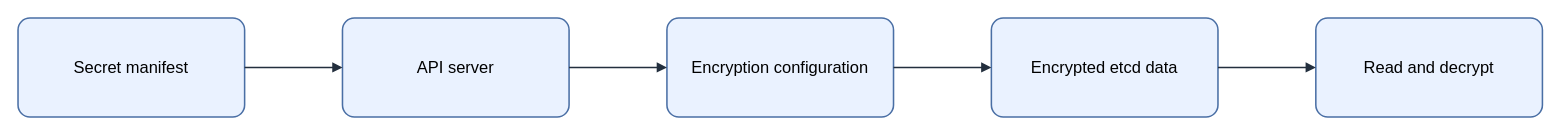
Before: assets/img/kubernetes/etcd-secret-encryption.drawio in KKamJi98/kkamji98.github.io, a draw.io diagram. Source tidied: cells renumbered, new cells numbered last; positions are measured from the earlier drawing's top-left corner, leaving out a move shared by most shapes. Both pictures are drawn from the tidied source at 103%, with x=0, y=0 at pixel (18, 18).
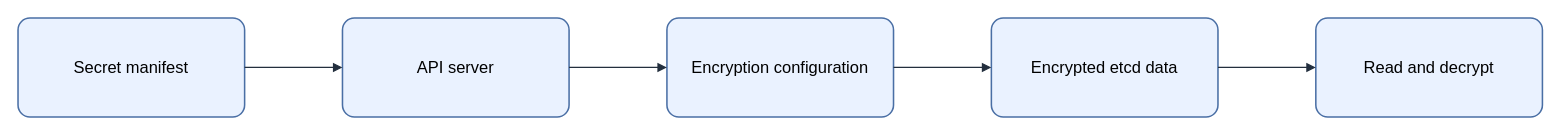
The same page after the edit.

Diff of the diagram source:
```diff
@@
 <mxGraphModel background="#FFFFFF">
   <root>
     <mxCell id="0" />
     <mxCell id="1" parent="0" />
-    <mxCell id="2" value="&lt;font style=&quot;color: rgb(0, 0, 0);&quot;&gt;Secret manifest&lt;/font&gt;" style="rounded=1;arcSize=12;whiteSpace=wrap;html=1;fillColor=#EAF2FF;strokeColor=#4A6FA5;strokeWidth=1.5;fontColor=#000000;fontSize=16;align=center;verticalAlign=middle;spacing=8;shadow=0;" parent="1" vertex="1">
+    <mxCell id="2" value="Secret manifest" style="rounded=1;arcSize=12;whiteSpace=wrap;html=0;fillColor=#EAF2FF;strokeColor=#4A6FA5;strokeWidth=1.5;fontColor=#000000;fontSize=16;align=center;verticalAlign=middle;spacing=8;shadow=0;" parent="1" vertex="1">
       <mxGeometry width="220" height="96" as="geometry" />
     </mxCell>
-    <mxCell id="3" value="&lt;font style=&quot;color: rgb(0, 0, 0);&quot;&gt;API server&lt;/font&gt;" style="rounded=1;arcSize=12;whiteSpace=wrap;html=1;fillColor=#EAF2FF;strokeColor=#4A6FA5;strokeWidth=1.5;fontColor=#000000;fontSize=16;align=center;verticalAlign=middle;spacing=8;shadow=0;" parent="1" vertex="1">
+    <mxCell id="3" value="API server" style="rounded=1;arcSize=12;whiteSpace=wrap;html=0;fillColor=#EAF2FF;strokeColor=#4A6FA5;strokeWidth=1.5;fontColor=#000000;fontSize=16;align=center;verticalAlign=middle;spacing=8;shadow=0;" parent="1" vertex="1">
       <mxGeometry x="315" width="220" height="96" as="geometry" />
     </mxCell>
-    <mxCell id="4" value="&lt;font style=&quot;color: rgb(0, 0, 0);&quot;&gt;Encryption configuration&lt;/font&gt;" style="rounded=1;arcSize=12;whiteSpace=wrap;html=1;fillColor=#EAF2FF;strokeColor=#4A6FA5;strokeWidth=1.5;fontColor=#000000;fontSize=16;align=center;verticalAlign=middle;spacing=8;shadow=0;" parent="1" vertex="1">
+    <mxCell id="4" value="Encryption configuration" style="rounded=1;arcSize=12;whiteSpace=wrap;html=0;fillColor=#EAF2FF;strokeColor=#4A6FA5;strokeWidth=1.5;fontColor=#000000;fontSize=16;align=center;verticalAlign=middle;spacing=8;shadow=0;" parent="1" vertex="1">
       <mxGeometry x="630" width="220" height="96" as="geometry" />
     </mxCell>
-    <mxCell id="5" value="&lt;font style=&quot;color: rgb(0, 0, 0);&quot;&gt;Encrypted etcd data&lt;/font&gt;" style="rounded=1;arcSize=12;whiteSpace=wrap;html=1;fillColor=#EAF2FF;strokeColor=#4A6FA5;strokeWidth=1.5;fontColor=#000000;fontSize=16;align=center;verticalAlign=middle;spacing=8;shadow=0;" parent="1" vertex="1">
+    <mxCell id="5" value="Encrypted etcd data" style="rounded=1;arcSize=12;whiteSpace=wrap;html=0;fillColor=#EAF2FF;strokeColor=#4A6FA5;strokeWidth=1.5;fontColor=#000000;fontSize=16;align=center;verticalAlign=middle;spacing=8;shadow=0;" parent="1" vertex="1">
       <mxGeometry x="945" width="220" height="96" as="geometry" />
     </mxCell>
-    <mxCell id="6" value="&lt;font style=&quot;color: rgb(0, 0, 0);&quot;&gt;Read and decrypt&lt;/font&gt;" style="rounded=1;arcSize=12;whiteSpace=wrap;html=1;fillColor=#EAF2FF;strokeColor=#4A6FA5;strokeWidth=1.5;fontColor=#000000;fontSize=16;align=center;verticalAlign=middle;spacing=8;shadow=0;" parent="1" vertex="1">
+    <mxCell id="6" value="Read and decrypt" style="rounded=1;arcSize=12;whiteSpace=wrap;html=0;fillColor=#EAF2FF;strokeColor=#4A6FA5;strokeWidth=1.5;fontColor=#000000;fontSize=16;align=center;verticalAlign=middle;spacing=8;shadow=0;" parent="1" vertex="1">
       <mxGeometry x="1260" width="220" height="96" as="geometry" />
     </mxCell>
-    <mxCell id="7" style="edgeStyle=orthogonalEdgeStyle;rounded=0;jettySize=auto;html=1;endArrow=block;endFill=1;strokeColor=#232F3E;strokeWidth=1.5;fontColor=#000000;labelBackgroundColor=none;exitX=1;exitY=0.5;exitDx=0;exitDy=0;entryX=0;entryY=0.5;entryDx=0;entryDy=0;" parent="1" edge="1" source="2" target="3">
+    <mxCell id="7" style="edgeStyle=orthogonalEdgeStyle;rounded=0;jettySize=auto;html=0;endArrow=block;endFill=1;strokeColor=#232F3E;strokeWidth=1.25;fontColor=#000000;labelBackgroundColor=none;exitX=1;exitY=0.5;exitDx=0;exitDy=0;entryX=0;entryY=0.5;entryDx=0;entryDy=0;" parent="1" edge="1" source="2" target="3">
       <mxGeometry relative="1" as="geometry" />
     </mxCell>
-    <mxCell id="8" style="edgeStyle=orthogonalEdgeStyle;rounded=0;jettySize=auto;html=1;endArrow=block;endFill=1;strokeColor=#232F3E;strokeWidth=1.5;fontColor=#000000;labelBackgroundColor=none;exitX=1;exitY=0.5;exitDx=0;exitDy=0;entryX=0;entryY=0.5;entryDx=0;entryDy=0;" parent="1" edge="1" source="3" target="4">
+    <mxCell id="8" style="edgeStyle=orthogonalEdgeStyle;rounded=0;jettySize=auto;html=0;endArrow=block;endFill=1;strokeColor=#232F3E;strokeWidth=1.25;fontColor=#000000;labelBackgroundColor=none;exitX=1;exitY=0.5;exitDx=0;exitDy=0;entryX=0;entryY=0.5;entryDx=0;entryDy=0;" parent="1" edge="1" source="3" target="4">
       <mxGeometry relative="1" as="geometry" />
     </mxCell>
-    <mxCell id="9" style="edgeStyle=orthogonalEdgeStyle;rounded=0;jettySize=auto;html=1;endArrow=block;endFill=1;strokeColor=#232F3E;strokeWidth=1.5;fontColor=#000000;labelBackgroundColor=none;exitX=1;exitY=0.5;exitDx=0;exitDy=0;entryX=0;entryY=0.5;entryDx=0;entryDy=0;" parent="1" edge="1" source="4" target="5">
+    <mxCell id="9" style="edgeStyle=orthogonalEdgeStyle;rounded=0;jettySize=auto;html=0;endArrow=block;endFill=1;strokeColor=#232F3E;strokeWidth=1.25;fontColor=#000000;labelBackgroundColor=none;exitX=1;exitY=0.5;exitDx=0;exitDy=0;entryX=0;entryY=0.5;entryDx=0;entryDy=0;" parent="1" edge="1" source="4" target="5">
       <mxGeometry relative="1" as="geometry" />
     </mxCell>
-    <mxCell id="10" style="edgeStyle=orthogonalEdgeStyle;rounded=0;jettySize=auto;html=1;endArrow=block;endFill=1;strokeColor=#232F3E;strokeWidth=1.5;fontColor=#000000;labelBackgroundColor=none;exitX=1;exitY=0.5;exitDx=0;exitDy=0;entryX=0;entryY=0.5;entryDx=0;entryDy=0;" parent="1" edge="1" source="5" target="6">
+    <mxCell id="10" style="edgeStyle=orthogonalEdgeStyle;rounded=0;jettySize=auto;html=0;endArrow=block;endFill=1;strokeColor=#232F3E;strokeWidth=1.25;fontColor=#000000;labelBackgroundColor=none;exitX=1;exitY=0.5;exitDx=0;exitDy=0;entryX=0;entryY=0.5;entryDx=0;entryDy=0;" parent="1" edge="1" source="5" target="6">
       <mxGeometry relative="1" as="geometry" />
     </mxCell>
   </root>
 </mxGraphModel>
```
